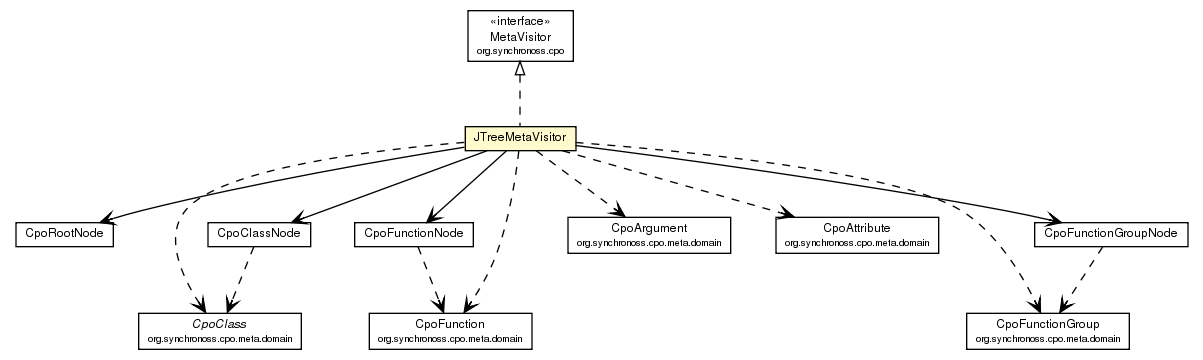
synchronoss/cpo-util keeps this Graphviz diagram as site/apidocs/org/synchronoss/cpo/util/JTreeMetaVisitor.png. Above is the earlier version. Its source is kept beside it as site/apidocs/org/synchronoss/cpo/util/JTreeMetaVisitor.dot.
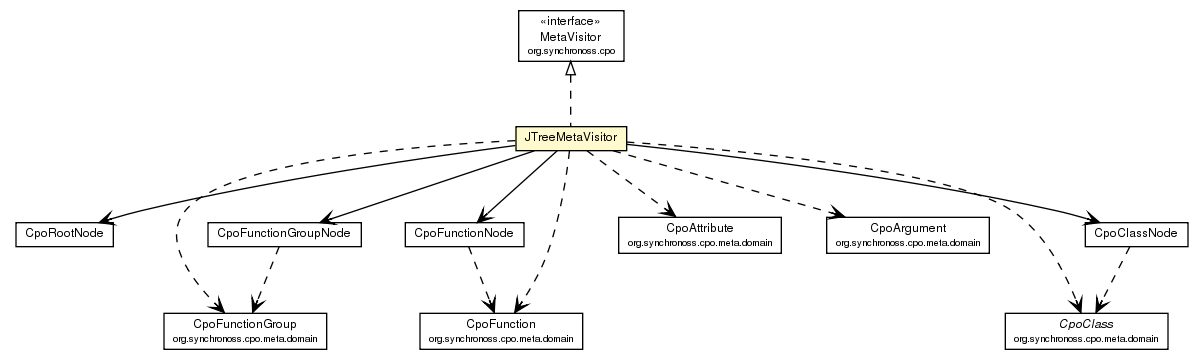
The same diagram one commit later.

Diff of the diagram source:
```diff
@@ -32,21 +32,21 @@
 	c1707:p -> c1723:p [taillabel="", label="", headlabel="", fontname="Helvetica", fontcolor="black", fontsize=10.0, color="black", arrowhead=open];
 	c1707:p -> c1728:p [taillabel="", label="", headlabel="", fontname="Helvetica", fontcolor="black", fontsize=10.0, color="black", arrowhead=open];
 	c1707:p -> c1721:p [taillabel="", label="", headlabel="", fontname="Helvetica", fontcolor="black", fontsize=10.0, color="black", arrowhead=open];
-	c1707:p -> c1765:p [taillabel="", label="", headlabel="", fontname="Helvetica", fontcolor="black", fontsize=10.0, color="black", arrowhead=open, style=dashed];
 	c1707:p -> c1766:p [taillabel="", label="", headlabel="", fontname="Helvetica", fontcolor="black", fontsize=10.0, color="black", arrowhead=open, style=dashed];
 	c1707:p -> c1767:p [taillabel="", label="", headlabel="", fontname="Helvetica", fontcolor="black", fontsize=10.0, color="black", arrowhead=open, style=dashed];
 	c1707:p -> c1768:p [taillabel="", label="", headlabel="", fontname="Helvetica", fontcolor="black", fontsize=10.0, color="black", arrowhead=open, style=dashed];
+	c1707:p -> c1769:p [taillabel="", label="", headlabel="", fontname="Helvetica", fontcolor="black", fontsize=10.0, color="black", arrowhead=open, style=dashed];
 	c1707:p -> c1770:p [taillabel="", label="", headlabel="", fontname="Helvetica", fontcolor="black", fontsize=10.0, color="black", arrowhead=open, style=dashed];
-	c1721:p -> c1768:p [taillabel="", label="", headlabel="", fontname="Helvetica", fontcolor="black", fontsize=10.0, color="black", arrowhead=open, style=dashed];
-	c1723:p -> c1765:p [taillabel="", label="", headlabel="", fontname="Helvetica", fontcolor="black", fontsize=10.0, color="black", arrowhead=open, style=dashed];
-	c1728:p -> c1770:p [taillabel="", label="", headlabel="", fontname="Helvetica", fontcolor="black", fontsize=10.0, color="black", arrowhead=open, style=dashed];
-	c1765 [label=<<table border="0" cellborder="1" cellspacing="0" cellpadding="2" port="p" href="http://java.sun.com/j2se/1.4.2/docs/api/org/synchronoss/cpo/meta/domain/CpoClass.html">
+	c1721:p -> c1770:p [taillabel="", label="", headlabel="", fontname="Helvetica", fontcolor="black", fontsize=10.0, color="black", arrowhead=open, style=dashed];
+	c1723:p -> c1769:p [taillabel="", label="", headlabel="", fontname="Helvetica", fontcolor="black", fontsize=10.0, color="black", arrowhead=open, style=dashed];
+	c1728:p -> c1766:p [taillabel="", label="", headlabel="", fontname="Helvetica", fontcolor="black", fontsize=10.0, color="black", arrowhead=open, style=dashed];
+	c1769 [label=<<table border="0" cellborder="1" cellspacing="0" cellpadding="2" port="p" href="http://java.sun.com/j2se/1.4.2/docs/api/org/synchronoss/cpo/meta/domain/CpoClass.html">
 		<tr><td><table border="0" cellspacing="0" cellpadding="1">
 			<tr><td><font face="Helvetica-Oblique"> CpoClass </font></td></tr>
 			<tr><td><font point-size="7.0"> org.synchronoss.cpo.meta.domain </font></td></tr>
 		</table></td></tr>
 		</table>>, fontname="Helvetica", fontcolor="black", fontsize=9.0];
-	c1766 [label=<<table border="0" cellborder="1" cellspacing="0" cellpadding="2" port="p" href="http://java.sun.com/j2se/1.4.2/docs/api/org/synchronoss/cpo/meta/domain/CpoArgument.html">
+	c1768 [label=<<table border="0" cellborder="1" cellspacing="0" cellpadding="2" port="p" href="http://java.sun.com/j2se/1.4.2/docs/api/org/synchronoss/cpo/meta/domain/CpoArgument.html">
 		<tr><td><table border="0" cellspacing="0" cellpadding="1">
 			<tr><td> CpoArgument </td></tr>
 			<tr><td><font point-size="7.0"> org.synchronoss.cpo.meta.domain </font></td></tr>
@@ -58,13 +58,13 @@
 			<tr><td><font point-size="7.0"> org.synchronoss.cpo.meta.domain </font></td></tr>
 		</table></td></tr>
 		</table>>, fontname="Helvetica", fontcolor="black", fontsize=9.0];
-	c1768 [label=<<table border="0" cellborder="1" cellspacing="0" cellpadding="2" port="p" href="http://java.sun.com/j2se/1.4.2/docs/api/org/synchronoss/cpo/meta/domain/CpoFunction.html">
+	c1770 [label=<<table border="0" cellborder="1" cellspacing="0" cellpadding="2" port="p" href="http://java.sun.com/j2se/1.4.2/docs/api/org/synchronoss/cpo/meta/domain/CpoFunction.html">
 		<tr><td><table border="0" cellspacing="0" cellpadding="1">
 			<tr><td> CpoFunction </td></tr>
 			<tr><td><font point-size="7.0"> org.synchronoss.cpo.meta.domain </font></td></tr>
 		</table></td></tr>
 		</table>>, fontname="Helvetica", fontcolor="black", fontsize=9.0];
-	c1770 [label=<<table border="0" cellborder="1" cellspacing="0" cellpadding="2" port="p" href="http://java.sun.com/j2se/1.4.2/docs/api/org/synchronoss/cpo/meta/domain/CpoFunctionGroup.html">
+	c1766 [label=<<table border="0" cellborder="1" cellspacing="0" cellpadding="2" port="p" href="http://java.sun.com/j2se/1.4.2/docs/api/org/synchronoss/cpo/meta/domain/CpoFunctionGroup.html">
 		<tr><td><table border="0" cellspacing="0" cellpadding="1">
 			<tr><td> CpoFunctionGroup </td></tr>
 			<tr><td><font point-size="7.0"> org.synchronoss.cpo.meta.domain </font></td></tr>
```
